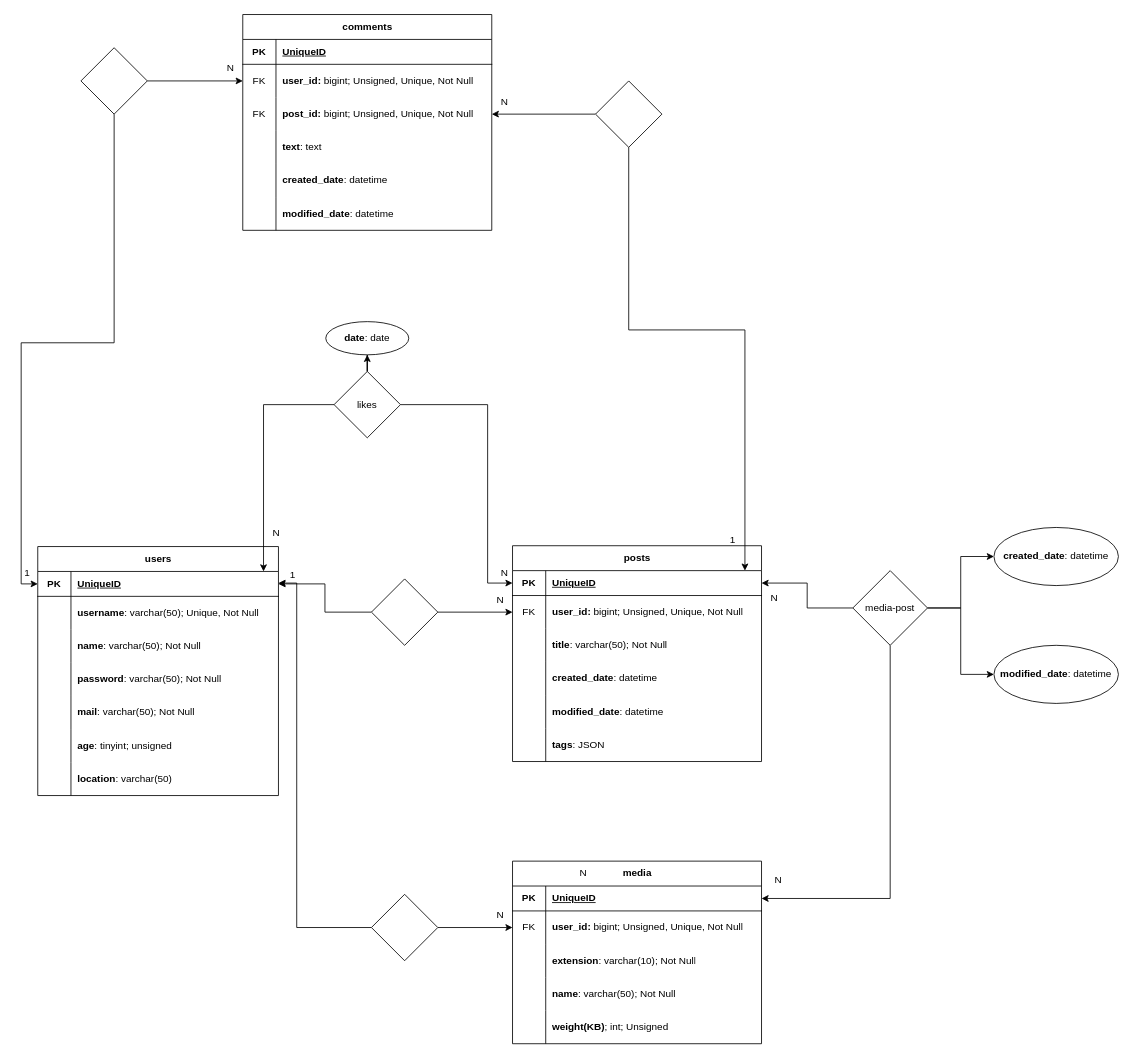
Before: social-platform.drawio in giogiosgr/social-platform, a draw.io diagram. Source tidied: cells renumbered, new cells numbered last; positions are measured from the earlier drawing's top-left corner, leaving out a move shared by most shapes. Both pictures are drawn from the tidied source at 83%, with x=0, y=0 at pixel (14, 14).
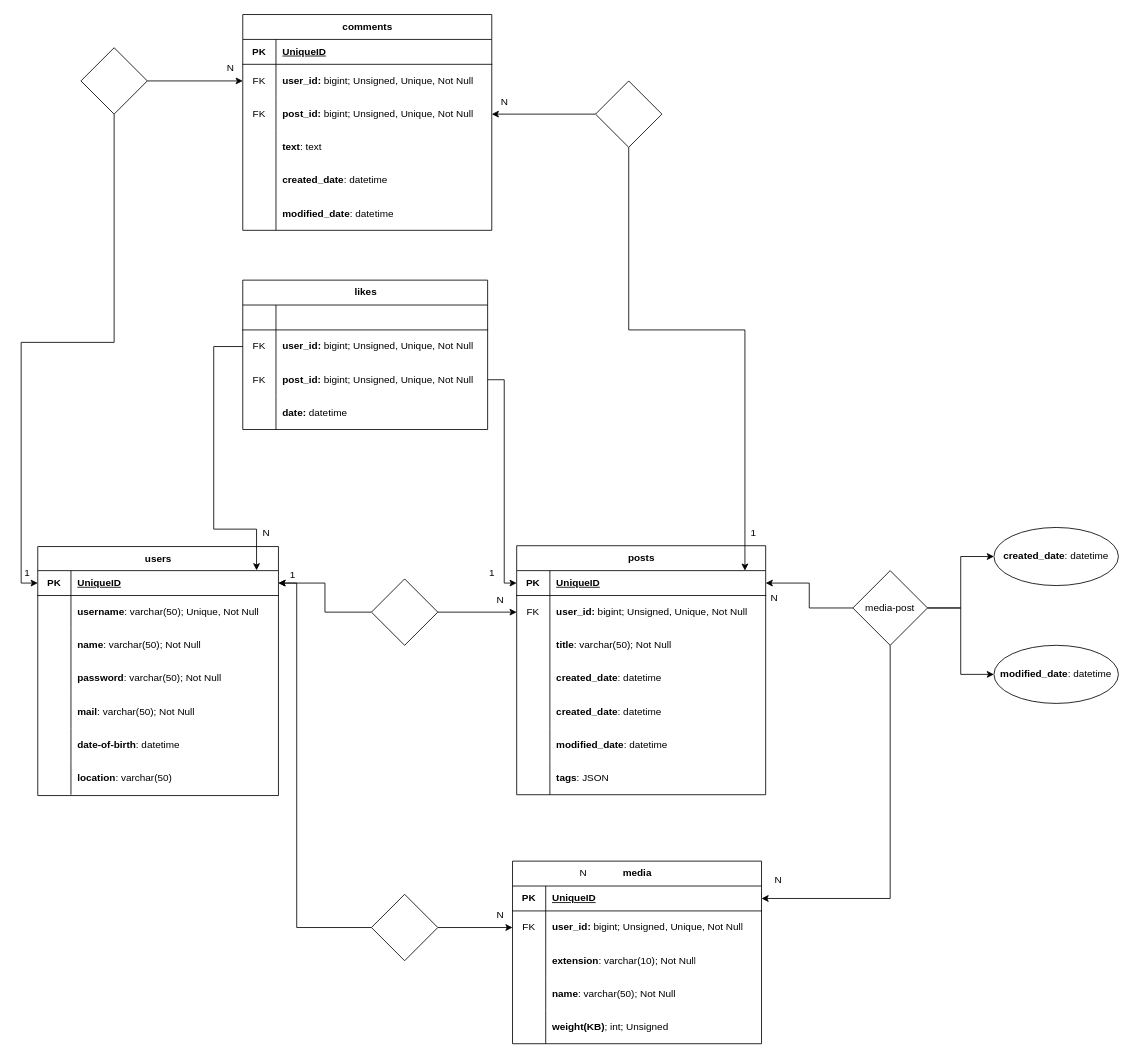
The same diagram, later.

The change refers to these unchanged cells:
```xml
<mxCell id="25" style="shape=tableRow;horizontal=0;startSize=0;swimlaneHead=0;swimlaneBody=0;fillColor=none;points=[[0,0.5],[1,0.5]];portConstraint=eastwest;top=0;left=0;right=0;bottom=1;" parent="24" vertex="1">
  <mxGeometry y="30" width="300" height="30" as="geometry" />
</mxCell>
```

What changed in the source:
```diff
@@
-    <mxCell id="2" value="users" style="shape=table;startSize=30;childLayout=tableLayout;rowLines=0;fontStyle=1;align=center;html=1;" parent="1" vertex="1">
+    <mxCell id="2" value="users" style="shape=table;startSize=29;childLayout=tableLayout;rowLines=0;fontStyle=1;align=center;html=1;" parent="1" vertex="1">
       <mxGeometry x="28" y="641" width="290" height="300" as="geometry" />
     </mxCell>
     <mxCell id="3" style="shape=tableRow;horizontal=0;startSize=0;swimlaneHead=0;swimlaneBody=0;fillColor=none;points=[[0,0.5],[1,0.5]];portConstraint=eastwest;top=0;left=0;right=0;bottom=1;" parent="2" vertex="1">
-      <mxGeometry y="30" width="290" height="30" as="geometry" />
+      <mxGeometry y="29" width="290" height="30" as="geometry" />
     </mxCell>
@@
     <mxCell id="6" style="shape=tableRow;horizontal=0;startSize=0;swimlaneHead=0;swimlaneBody=0;fillColor=none;top=0;left=0;right=0;bottom=0;" parent="2" vertex="1">
-      <mxGeometry y="60" width="290" height="40" as="geometry" />
+      <mxGeometry y="59" width="290" height="40" as="geometry" />
     </mxCell>
@@
     <mxCell id="9" style="shape=tableRow;horizontal=0;startSize=0;swimlaneHead=0;swimlaneBody=0;fillColor=none;top=0;left=0;right=0;bottom=0;" parent="2" vertex="1">
-      <mxGeometry y="100" width="290" height="40" as="geometry" />
+      <mxGeometry y="99" width="290" height="40" as="geometry" />
     </mxCell>
@@
     <mxCell id="12" style="shape=tableRow;horizontal=0;startSize=0;swimlaneHead=0;swimlaneBody=0;fillColor=none;top=0;left=0;right=0;bottom=0;" parent="2" vertex="1">
-      <mxGeometry y="140" width="290" height="40" as="geometry" />
+      <mxGeometry y="139" width="290" height="40" as="geometry" />
     </mxCell>
@@
     <mxCell id="15" style="shape=tableRow;horizontal=0;startSize=0;swimlaneHead=0;swimlaneBody=0;fillColor=none;top=0;left=0;right=0;bottom=0;" parent="2" vertex="1">
-      <mxGeometry y="180" width="290" height="40" as="geometry" />
+      <mxGeometry y="179" width="290" height="40" as="geometry" />
     </mxCell>
@@
     <mxCell id="18" style="shape=tableRow;horizontal=0;startSize=0;swimlaneHead=0;swimlaneBody=0;fillColor=none;top=0;left=0;right=0;bottom=0;" parent="2" vertex="1">
-      <mxGeometry y="220" width="290" height="40" as="geometry" />
+      <mxGeometry y="219" width="290" height="40" as="geometry" />
     </mxCell>
@@
-    <mxCell id="20" value="&lt;b&gt;age&lt;/b&gt;: tinyint; unsigned&amp;nbsp; &amp;nbsp;" style="shape=partialRectangle;fillColor=none;top=0;left=0;bottom=0;right=0;align=left;spacingLeft=6;overflow=hidden;whiteSpace=wrap;html=1;" parent="18" vertex="1">
+    <mxCell id="20" value="&lt;b&gt;date-of-birth&lt;/b&gt;: datetime&amp;nbsp;&amp;nbsp;" style="shape=partialRectangle;fillColor=none;top=0;left=0;bottom=0;right=0;align=left;spacingLeft=6;overflow=hidden;whiteSpace=wrap;html=1;" parent="18" vertex="1">
       <mxGeometry x="40" width="250" height="40" as="geometry" />
     </mxCell>
     <mxCell id="21" style="shape=tableRow;horizontal=0;startSize=0;swimlaneHead=0;swimlaneBody=0;fillColor=none;top=0;left=0;right=0;bottom=0;" parent="2" vertex="1">
-      <mxGeometry y="260" width="290" height="40" as="geometry" />
+      <mxGeometry y="259" width="290" height="40" as="geometry" />
     </mxCell>
@@
     <mxCell id="24" value="posts" style="shape=table;startSize=30;childLayout=tableLayout;rowLines=0;fontStyle=1;align=center;html=1;" parent="1" vertex="1">
-      <mxGeometry x="600" y="640" width="300" height="260" as="geometry" />
+      <mxGeometry x="605" y="640" width="300" height="300" as="geometry" />
     </mxCell>
@@
+    <mxCell id="114" style="shape=tableRow;horizontal=0;startSize=0;swimlaneHead=0;swimlaneBody=0;fillColor=none;top=0;left=0;right=0;bottom=0;" parent="24" vertex="1">
+      <mxGeometry y="140" width="300" height="40" as="geometry" />
+    </mxCell>
+    <mxCell id="115" style="shape=partialRectangle;fillColor=none;top=0;left=0;bottom=0;right=0;overflow=hidden;whiteSpace=wrap;html=1;" parent="114" vertex="1">
+      <mxGeometry width="40" height="40" as="geometry" />
+    </mxCell>
+    <mxCell id="116" value="&lt;b&gt;created_date&lt;/b&gt;: datetime" style="shape=partialRectangle;fillColor=none;top=0;left=0;bottom=0;right=0;align=left;spacingLeft=6;overflow=hidden;whiteSpace=wrap;html=1;" parent="114" vertex="1">
+      <mxGeometry x="40" width="260" height="40" as="geometry" />
+    </mxCell>
     <mxCell id="34" style="shape=tableRow;horizontal=0;startSize=0;swimlaneHead=0;swimlaneBody=0;fillColor=none;top=0;left=0;right=0;bottom=0;" parent="24" vertex="1">
-      <mxGeometry y="140" width="300" height="40" as="geometry" />
+      <mxGeometry y="180" width="300" height="40" as="geometry" />
     </mxCell>
@@
     <mxCell id="37" style="shape=tableRow;horizontal=0;startSize=0;swimlaneHead=0;swimlaneBody=0;fillColor=none;top=0;left=0;right=0;bottom=0;" parent="24" vertex="1">
-      <mxGeometry y="180" width="300" height="40" as="geometry" />
+      <mxGeometry y="220" width="300" height="40" as="geometry" />
     </mxCell>
@@
     <mxCell id="40" style="shape=tableRow;horizontal=0;startSize=0;swimlaneHead=0;swimlaneBody=0;fillColor=none;top=0;left=0;right=0;bottom=0;" parent="24" vertex="1">
-      <mxGeometry y="220" width="300" height="40" as="geometry" />
+      <mxGeometry y="260" width="300" height="40" as="geometry" />
     </mxCell>
@@
-    <mxCell id="98" value="N" style="text;html=1;align=center;verticalAlign=middle;strokeColor=none;fillColor=none;" parent="1" vertex="1">
-      <mxGeometry x="575" y="658" width="30" height="30" as="geometry" />
+    <mxCell id="98" value="1" style="text;html=1;align=center;verticalAlign=middle;strokeColor=none;fillColor=none;" parent="1" vertex="1">
+      <mxGeometry x="560" y="658" width="30" height="30" as="geometry" />
     </mxCell>
@@
-    <mxCell id="106" style="edgeStyle=orthogonalEdgeStyle;rounded=0;jettySize=auto;html=1;" parent="1" edge="1" source="109" target="110">
-      <mxGeometry relative="1" as="geometry" />
-    </mxCell>
-    <mxCell id="107" style="edgeStyle=orthogonalEdgeStyle;rounded=0;jettySize=auto;html=1;" parent="1" edge="1" source="109" target="3">
-      <mxGeometry relative="1" as="geometry">
-        <Array as="points">
-          <mxPoint x="425" y="470" />
-          <mxPoint x="300" y="470" />
-        </Array>
-      </mxGeometry>
-    </mxCell>
-    <mxCell id="108" style="edgeStyle=orthogonalEdgeStyle;rounded=0;jettySize=auto;html=1;" parent="1" edge="1" source="109" target="25">
-      <mxGeometry relative="1" as="geometry">
-        <Array as="points">
-          <mxPoint x="425" y="470" />
-          <mxPoint x="570" y="470" />
-          <mxPoint x="570" y="685" />
-        </Array>
-      </mxGeometry>
-    </mxCell>
-    <mxCell id="109" value="likes" style="rhombus;whiteSpace=wrap;html=1;" parent="1" vertex="1">
-      <mxGeometry x="385" y="430" width="80" height="80" as="geometry" />
-    </mxCell>
-    <mxCell id="110" value="&lt;b&gt;date&lt;/b&gt;: date" style="ellipse;whiteSpace=wrap;html=1;align=center;" parent="1" vertex="1">
-      <mxGeometry x="375" y="370" width="100" height="40" as="geometry" />
-    </mxCell>
@@
     <mxCell id="112" value="1" style="text;html=1;align=center;verticalAlign=middle;strokeColor=none;fillColor=none;" parent="1" vertex="1">
-      <mxGeometry x="850" y="618" width="30" height="30" as="geometry" />
+      <mxGeometry x="875" y="610" width="30" height="30" as="geometry" />
     </mxCell>
     <mxCell id="113" value="N" style="text;html=1;align=center;verticalAlign=middle;strokeColor=none;fillColor=none;" parent="1" vertex="1">
-      <mxGeometry x="300" y="610" width="30" height="30" as="geometry" />
+      <mxGeometry x="288" y="610" width="30" height="30" as="geometry" />
     </mxCell>
+    <mxCell id="109" value="likes" style="shape=table;startSize=30;childLayout=tableLayout;rowLines=0;fontStyle=1;align=center;html=1;" parent="1" vertex="1">
+      <mxGeometry x="275" y="320" width="295" height="180" as="geometry" />
+    </mxCell>
+    <mxCell id="117" style="shape=tableRow;horizontal=0;startSize=0;swimlaneHead=0;swimlaneBody=0;fillColor=none;top=0;left=0;right=0;bottom=1;" parent="109" vertex="1">
+      <mxGeometry y="30" width="295" height="30" as="geometry" />
+    </mxCell>
+    <mxCell id="118" style="shape=partialRectangle;fillColor=none;top=0;left=0;bottom=0;right=0;fontStyle=1;overflow=hidden;whiteSpace=wrap;html=1;" parent="117" vertex="1">
+      <mxGeometry width="40" height="30" as="geometry" />
+    </mxCell>
+    <mxCell id="119" style="shape=partialRectangle;fillColor=none;top=0;left=0;bottom=0;right=0;align=left;spacingLeft=6;fontStyle=5;overflow=hidden;whiteSpace=wrap;html=1;" parent="117" vertex="1">
+      <mxGeometry x="40" width="255" height="30" as="geometry" />
+    </mxCell>
+    <mxCell id="120" style="shape=tableRow;horizontal=0;startSize=0;swimlaneHead=0;swimlaneBody=0;fillColor=none;points=[[0,0.5],[1,0.5]];portConstraint=eastwest;top=0;left=0;right=0;bottom=0;" parent="109" vertex="1">
+      <mxGeometry y="60" width="295" height="40" as="geometry" />
+    </mxCell>
+    <mxCell id="121" value="FK" style="shape=partialRectangle;fillColor=none;top=0;left=0;bottom=0;right=0;overflow=hidden;whiteSpace=wrap;html=1;" parent="120" vertex="1">
+      <mxGeometry width="40" height="40" as="geometry" />
+    </mxCell>
+    <mxCell id="122" value="&lt;b&gt;user_id: &lt;/b&gt;bigint; Unsigned, Unique, Not Null" style="shape=partialRectangle;fillColor=none;top=0;left=0;bottom=0;right=0;align=left;spacingLeft=6;overflow=hidden;whiteSpace=wrap;html=1;" parent="120" vertex="1">
+      <mxGeometry x="40" width="255" height="40" as="geometry" />
+    </mxCell>
+    <mxCell id="123" style="shape=tableRow;horizontal=0;startSize=0;swimlaneHead=0;swimlaneBody=0;fillColor=none;points=[[0,0.5],[1,0.5]];portConstraint=eastwest;top=0;left=0;right=0;bottom=0;" parent="109" vertex="1">
+      <mxGeometry y="100" width="295" height="40" as="geometry" />
+    </mxCell>
+    <mxCell id="124" value="FK" style="shape=partialRectangle;fillColor=none;top=0;left=0;bottom=0;right=0;overflow=hidden;whiteSpace=wrap;html=1;" parent="123" vertex="1">
+      <mxGeometry width="40" height="40" as="geometry" />
+    </mxCell>
+    <mxCell id="125" value="&lt;b&gt;post_id:&amp;nbsp;&lt;/b&gt;bigint; Unsigned, Unique, Not Null" style="shape=partialRectangle;fillColor=none;top=0;left=0;bottom=0;right=0;align=left;spacingLeft=6;overflow=hidden;whiteSpace=wrap;html=1;" parent="123" vertex="1">
+      <mxGeometry x="40" width="255" height="40" as="geometry" />
+    </mxCell>
+    <mxCell id="126" style="shape=tableRow;horizontal=0;startSize=0;swimlaneHead=0;swimlaneBody=0;fillColor=none;top=0;left=0;right=0;bottom=0;" parent="109" vertex="1">
+      <mxGeometry y="140" width="295" height="40" as="geometry" />
+    </mxCell>
+    <mxCell id="127" style="shape=partialRectangle;fillColor=none;top=0;left=0;bottom=0;right=0;overflow=hidden;whiteSpace=wrap;html=1;" parent="126" vertex="1">
+      <mxGeometry width="40" height="40" as="geometry" />
+    </mxCell>
+    <mxCell id="128" value="&lt;b&gt;date:&lt;/b&gt; datetime" style="shape=partialRectangle;fillColor=none;top=0;left=0;bottom=0;right=0;align=left;spacingLeft=6;overflow=hidden;whiteSpace=wrap;html=1;" parent="126" vertex="1">
+      <mxGeometry x="40" width="255" height="40" as="geometry" />
+    </mxCell>
+    <mxCell id="129" style="edgeStyle=orthogonalEdgeStyle;rounded=0;jettySize=auto;html=1;exitX=1;exitY=0.5;exitDx=0;exitDy=0;" parent="1" edge="1" source="123" target="25">
+      <mxGeometry relative="1" as="geometry">
+        <Array as="points">
+          <mxPoint x="590" y="440" />
+          <mxPoint x="590" y="685" />
+        </Array>
+      </mxGeometry>
+    </mxCell>
+    <mxCell id="130" style="edgeStyle=orthogonalEdgeStyle;rounded=0;jettySize=auto;html=1;exitX=0;exitY=0.5;exitDx=0;exitDy=0;entryX=0.909;entryY=-0.012;entryDx=0;entryDy=0;entryPerimeter=0;" parent="1" edge="1" source="120" target="3">
+      <mxGeometry relative="1" as="geometry">
+        <Array as="points">
+          <mxPoint x="240" y="400" />
+          <mxPoint x="240" y="620" />
+          <mxPoint x="292" y="620" />
+        </Array>
+      </mxGeometry>
+    </mxCell>
```
